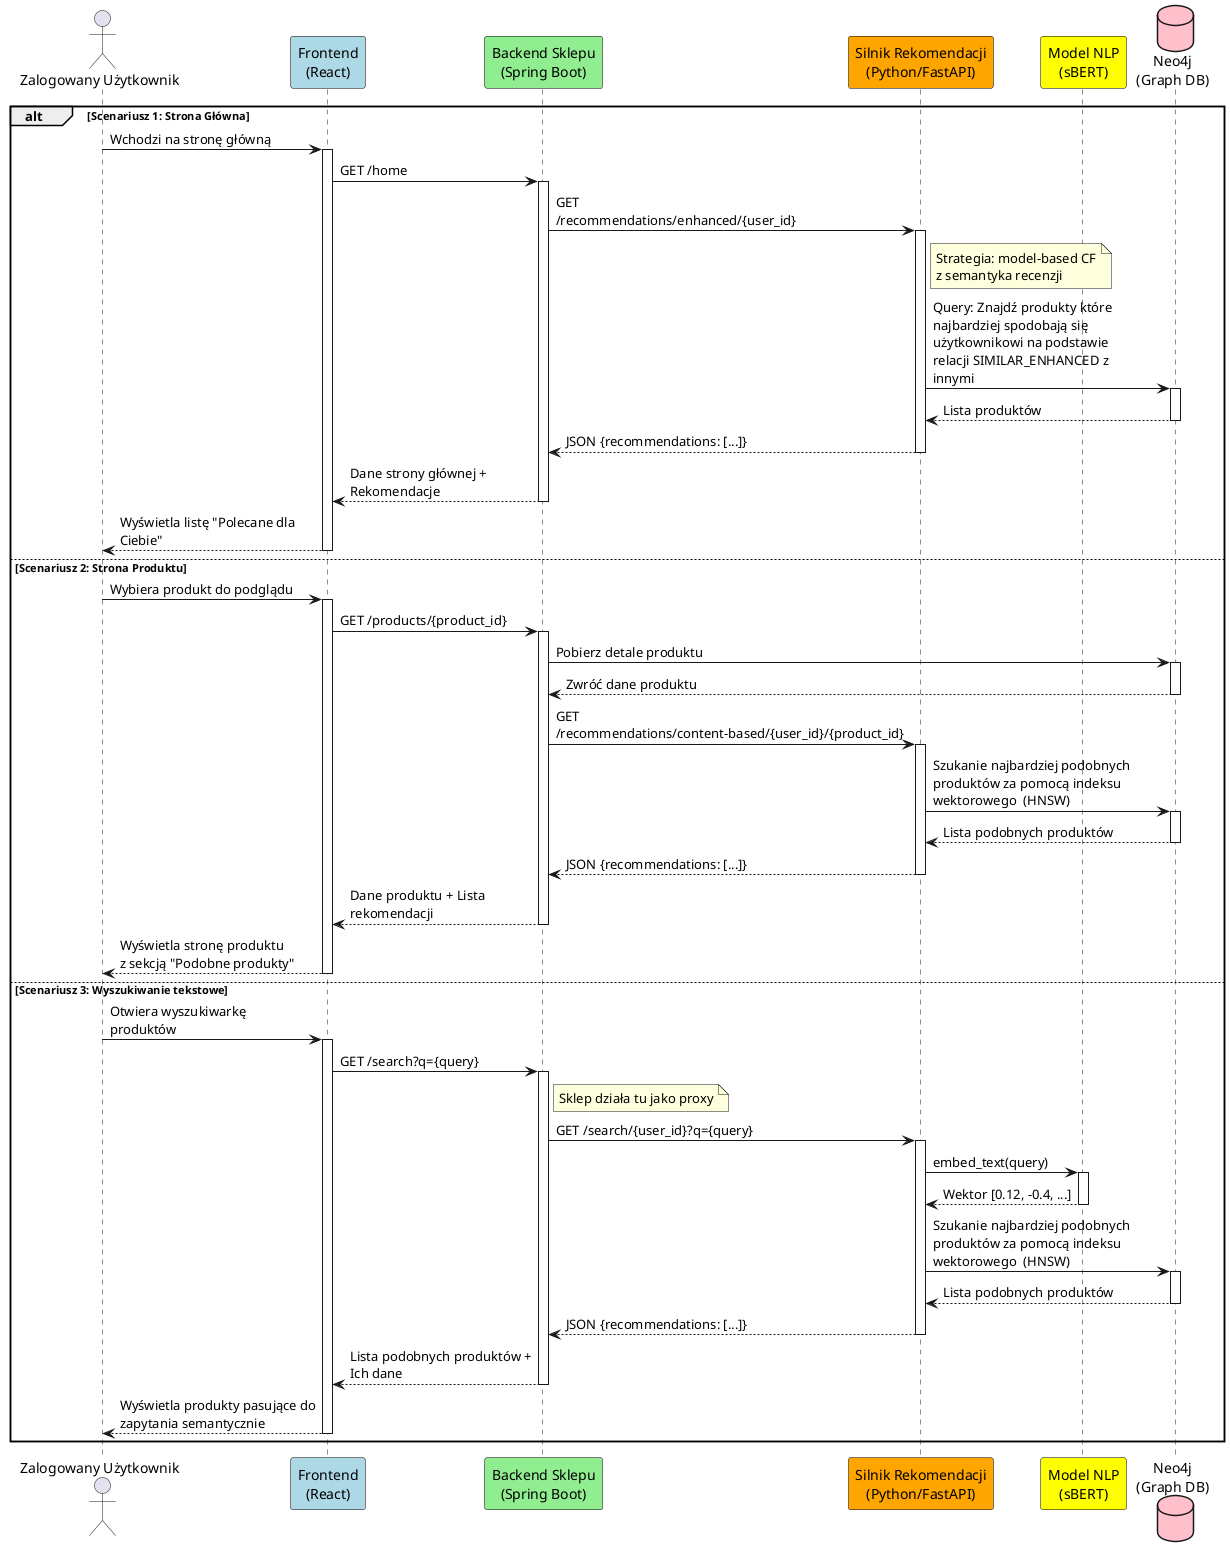
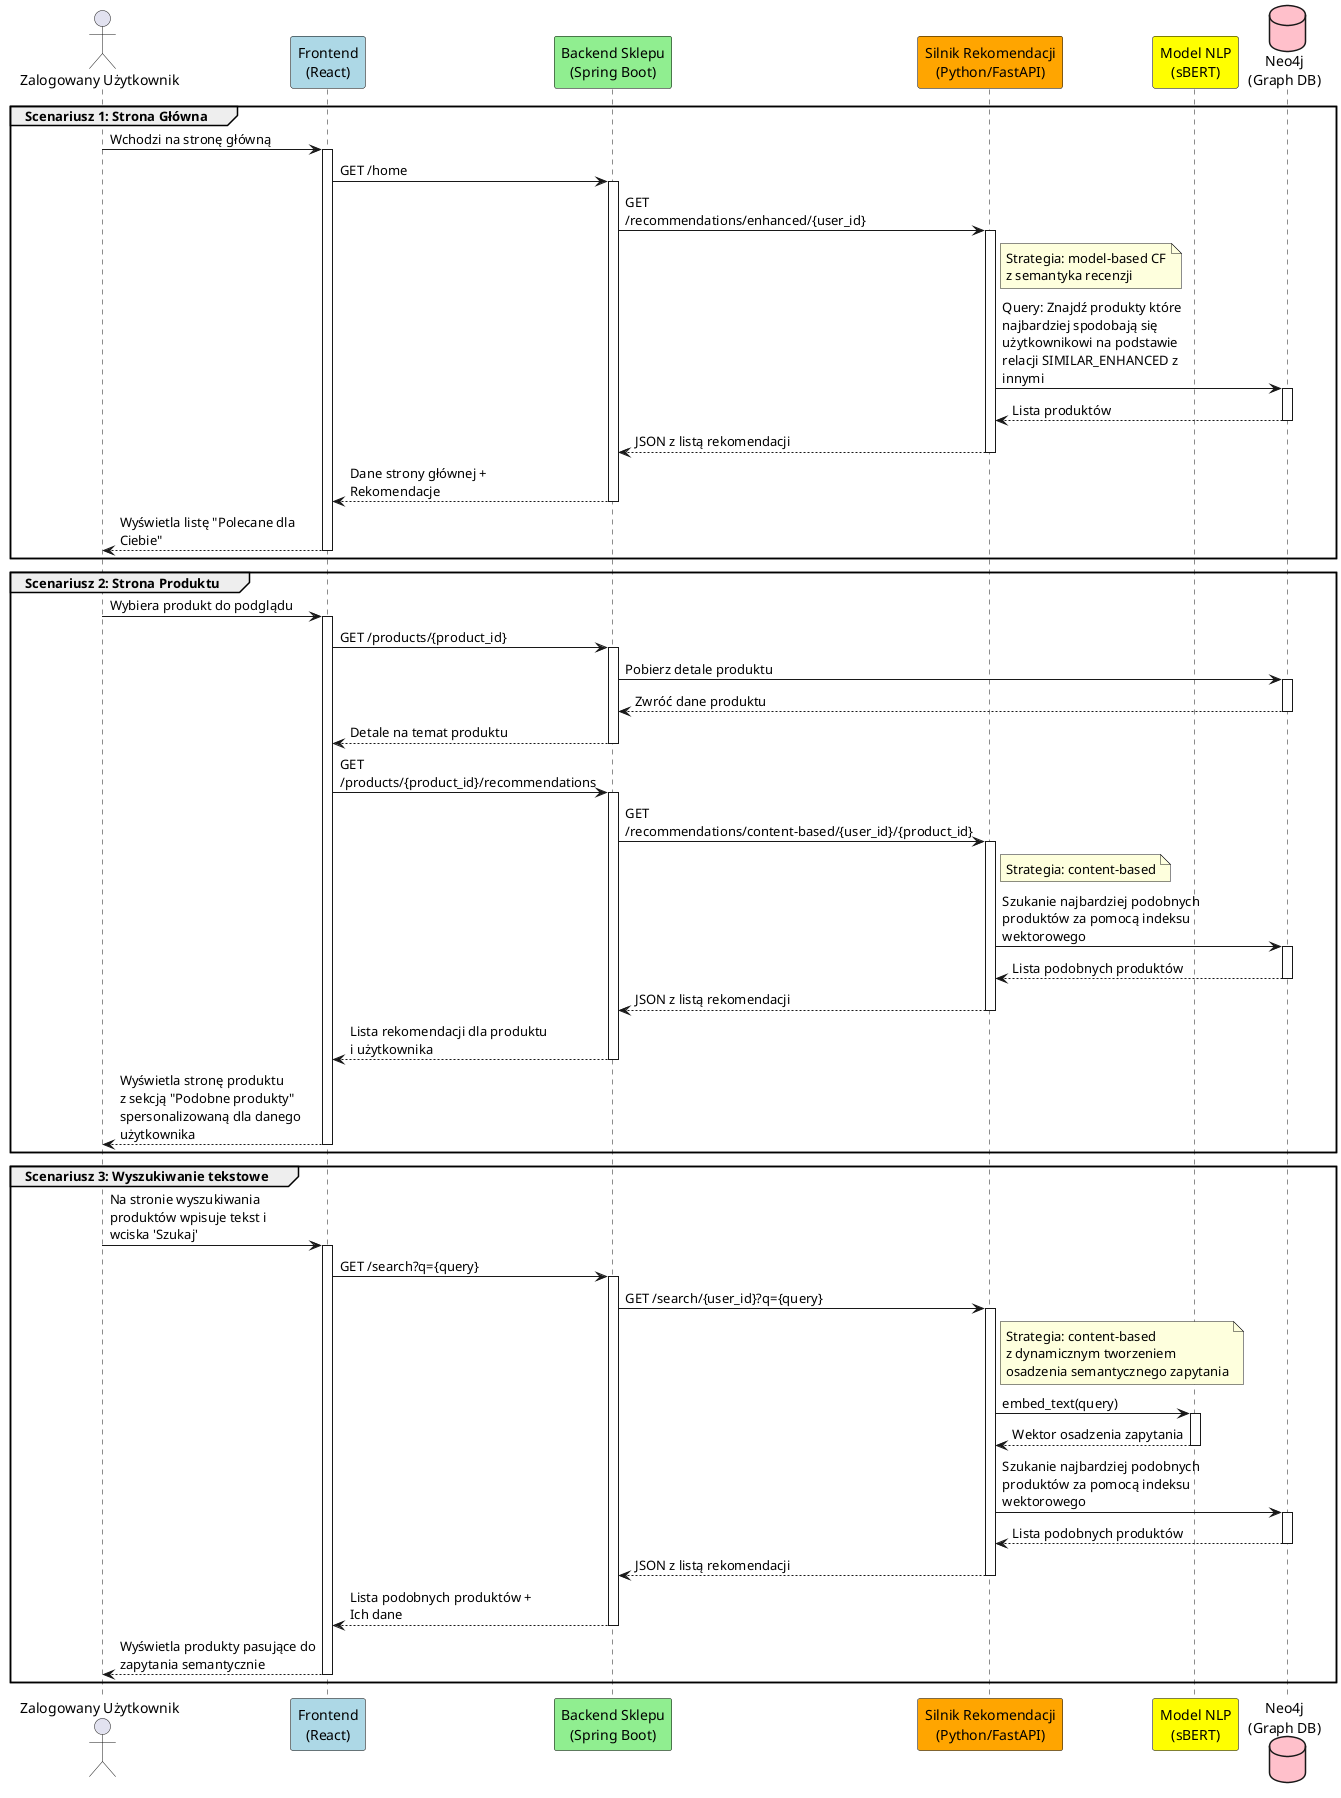
@startuml
' Ustawienia wyglądu (Theme)
skinparam responseMessageBelowArrow true
skinparam maxMessageSize 200
skinparam participant {
  BackgroundColor White
  BorderColor Black
}

' Aktorzy i komponenty
actor "Zalogowany Użytkownik" as User
participant "Frontend\n(React)" as UI #LightBlue
participant "Backend Sklepu\n(Spring Boot)" as Shop #LightGreen
participant "Silnik Rekomendacji\n(Python/FastAPI)" as Engine #Orange
participant "Model NLP\n(sBERT)" as NLP #Yellow
database "Neo4j\n(Graph DB)" as DB #Pink


- alt Scenariusz 1: Strona Główna
+ group Scenariusz 1: Strona Główna
    User -> UI: Wchodzi na stronę główną
    activate UI

    UI -> Shop: GET /home
    activate Shop

    ' Pobranie rekomendacji dla usera
    Shop -> Engine: GET /recommendations/enhanced/{user_id}
    activate Engine

    note right of Engine
      Strategia: model-based CF
      z semantyka recenzji
    end note

    Engine -> DB: Query: Znajdź produkty które najbardziej spodobają się użytkownikowi na podstawie relacji SIMILAR_ENHANCED z innymi
    activate DB
    DB --> Engine: Lista produktów
    deactivate DB

-     Engine --> Shop: JSON {recommendations: [...]}
+     Engine --> Shop: JSON z listą rekomendacji
    deactivate Engine

    ' Backend sklepu może tu jeszcze dociągnąć szczegóły produktów z bazy, jeśli Engine zwrócił same ID
    ' Ale dla czytelności pomijamy ten krok lub zakładamy, że Engine zwraca komplet.

    Shop --> UI: Dane strony głównej + Rekomendacje
    deactivate Shop

    UI --> User: Wyświetla listę "Polecane dla Ciebie"
    deactivate UI

' Scenariusz 2: Rekomendacja Content-Based
- else Scenariusz 2: Strona Produktu
+ end
+ group Scenariusz 2: Strona Produktu
    ' Rozpoczęcie procesu
    User -> UI: Wybiera produkt do podglądu
    activate UI

    ' Żądanie do backendu sklepu
    UI -> Shop: GET /products/{product_id}
    activate Shop
    Shop -> DB: Pobierz detale produktu
    activate DB
    DB --> Shop: Zwróć dane produktu
    deactivate DB
+     Shop --> UI: Detale na temat produktu
+     deactivate Shop

    ' Żądanie rekomendacji
+     UI -> Shop: GET /products/{product_id}/recommendations
+     activate Shop
    Shop -> Engine: GET /recommendations/content-based/{user_id}/{product_id}
    activate Engine

-     Engine -> DB: Szukanie najbardziej podobnych produktów za pomocą indeksu wektorowego  (HNSW)
+     note right of Engine
+       Strategia: content-based
+     end note
+ 
+     Engine -> DB: Szukanie najbardziej podobnych produktów za pomocą indeksu wektorowego
    activate DB
    DB --> Engine: Lista podobnych produktów
    deactivate DB

    ' Zwrot wyników
-     Engine --> Shop: JSON {recommendations: [...]}
+     Engine --> Shop: JSON z listą rekomendacji
    deactivate Engine

    ' Agregacja i odpowiedź do Frontendu
-     Shop --> UI: Dane produktu + Lista rekomendacji
+     Shop --> UI: Lista rekomendacji dla produktu i użytkownika
    deactivate Shop

    ' Wyświetlenie
-     UI --> User: Wyświetla stronę produktu\nz sekcją "Podobne produkty"
+     UI --> User: Wyświetla stronę produktu\nz sekcją "Podobne produkty" spersonalizowaną dla danego użytkownika
    deactivate UI

+ end

' Scenariusz 3: Rekomendacja Query
- else Scenariusz 3: Wyszukiwanie tekstowe
+ group Scenariusz 3: Wyszukiwanie tekstowe
    ' Rozpoczęcie procesu
-     User -> UI: Otwiera wyszukiwarkę produktów
+     User -> UI: Na stronie wyszukiwania produktów wpisuje tekst i wciska 'Szukaj'
    activate UI

    UI -> Shop: GET /search?q={query}
    activate Shop
-     note right of Shop
-     Sklep działa tu jako proxy
-     end note
    Shop -> Engine: GET /search/{user_id}?q={query}
    activate Engine
+     note right of Engine
+       Strategia: content-based
+       z dynamicznym tworzeniem
+       osadzenia semantycznego zapytania
+     end note
    ' Przetwarzanie wektorowe
    Engine -> NLP: embed_text(query)
    activate NLP
-     NLP --> Engine: Wektor [0.12, -0.4, ...]
+     NLP --> Engine: Wektor osadzenia zapytania
    deactivate NLP
-     Engine -> DB: Szukanie najbardziej podobnych produktów za pomocą indeksu wektorowego  (HNSW)
+     Engine -> DB: Szukanie najbardziej podobnych produktów za pomocą indeksu wektorowego
    activate DB
    DB --> Engine: Lista podobnych produktów
    deactivate DB
-     Engine --> Shop: JSON {recommendations: [...]}
+     Engine --> Shop: JSON z listą rekomendacji
    deactivate Engine
    Shop --> UI: Lista podobnych produktów + Ich dane
    deactivate Shop
    UI --> User: Wyświetla produkty pasujące do zapytania semantycznie
    deactivate UI
end
@enduml